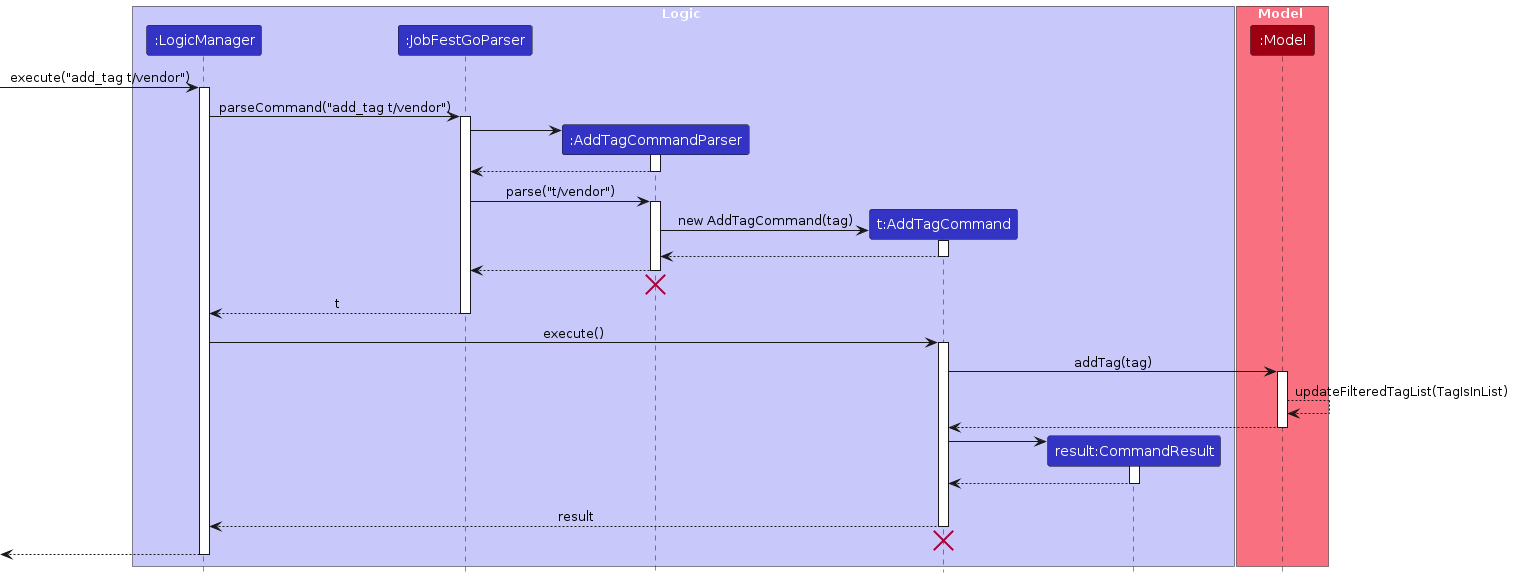
Above: diagrams/AddTagSequenceDiagram.png in AY2324S1-CS2103T-T09-1/tp (PlantUML), before the change. Its source is kept beside it as diagrams/AddTagSequenceDiagram.puml.
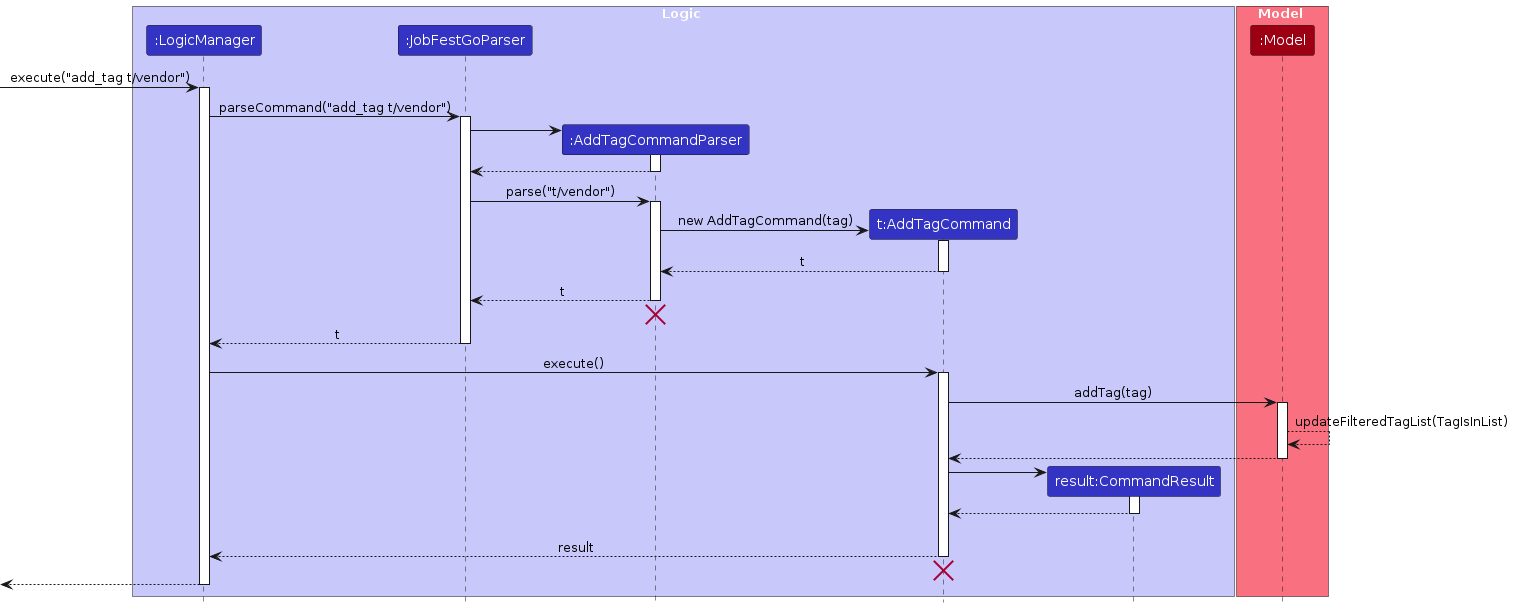
Above is the later version.

The edit, as a diff of the source:
```diff
@@ -34,10 +34,10 @@
 AddTagCommandParser -> AddTagCommand : new AddTagCommand(tag)
 activate AddTagCommand
 
-AddTagCommand --> AddTagCommandParser
+AddTagCommand --> AddTagCommandParser : t
 deactivate AddTagCommand
 
-AddTagCommandParser --> JobFestGoParser
+AddTagCommandParser --> JobFestGoParser : t
 deactivate AddTagCommandParser
 AddTagCommandParser -[hidden]-> JobFestGoParser
 destroy AddTagCommandParser
```
